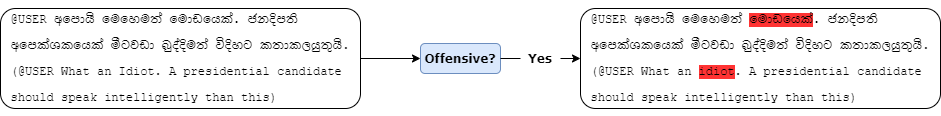
Sinhala-NLP/SOLD keeps this draw.io diagram as images/SOLD_Annotation.png. Above is the earlier version. Source tidied: cells renumbered, new cells last; positions are measured from the earlier drawing's top-left corner, leaving out a move shared by most shapes. The source it was exported from:
```xml
<mxGraphModel>
  <root>
    <mxCell id="0" />
    <mxCell id="1" parent="0" />
    <mxCell id="2" value="&lt;pre style=&quot;overflow-wrap: break-word&quot;&gt;&lt;br&gt;&lt;/pre&gt;" style="rounded=1;whiteSpace=wrap;html=1;align=left;" parent="1" vertex="1">
      <mxGeometry width="360" height="100" as="geometry" />
    </mxCell>
    <mxCell id="3" value="&lt;pre style=&quot;text-align: left ; overflow-wrap: break-word&quot;&gt;@USER අපොයි මෙහෙමත් මොඩයෙක්. ජනදිපති &lt;/pre&gt;&lt;pre style=&quot;text-align: left ; overflow-wrap: break-word&quot;&gt;අපෙක්ශකයෙක් මීටවඩා බුද්දිමත් විදිහට කතාකලයුතුයි.&lt;/pre&gt;&lt;pre style=&quot;text-align: left ; overflow-wrap: break-word&quot;&gt;(@USER What an Idiot. A presidential candidate &lt;/pre&gt;&lt;pre style=&quot;text-align: left ; overflow-wrap: break-word&quot;&gt;should speak intelligently than this)&lt;/pre&gt;" style="text;html=1;strokeColor=none;fillColor=none;align=center;verticalAlign=middle;whiteSpace=wrap;rounded=0;" parent="1" vertex="1">
      <mxGeometry x="160" y="40" width="40" height="20" as="geometry" />
    </mxCell>
    <mxCell id="4" style="endArrow=classic;html=1;exitX=1;exitY=0.5;exitDx=0;exitDy=0;" parent="1" edge="1" source="2">
      <mxGeometry relative="1" as="geometry">
        <mxPoint x="420" y="50" as="targetPoint" />
      </mxGeometry>
    </mxCell>
    <mxCell id="5" value="&lt;font face=&quot;Verdana&quot;&gt;&lt;b&gt;Offensive?&lt;/b&gt;&lt;/font&gt;" style="rounded=1;whiteSpace=wrap;html=1;fillColor=#dae8fc;strokeColor=#6c8ebf;" parent="1" vertex="1">
      <mxGeometry x="420" y="35" width="80" height="30" as="geometry" />
    </mxCell>
    <mxCell id="6" value="&lt;pre style=&quot;overflow-wrap: break-word&quot;&gt;&lt;br&gt;&lt;/pre&gt;" style="rounded=1;whiteSpace=wrap;html=1;align=left;" parent="1" vertex="1">
      <mxGeometry x="580" width="360" height="100" as="geometry" />
    </mxCell>
    <mxCell id="7" value="&lt;pre style=&quot;text-align: left ; overflow-wrap: break-word&quot;&gt;@USER අපොයි මෙහෙමත් &lt;span style=&quot;background-color: rgb(255 , 51 , 51)&quot;&gt;මොඩයෙක්&lt;/span&gt;. ජනදිපති &lt;/pre&gt;&lt;pre style=&quot;text-align: left ; overflow-wrap: break-word&quot;&gt;අපෙක්ශකයෙක් මීටවඩා බුද්දිමත් විදිහට කතාකලයුතුයි.&lt;/pre&gt;&lt;pre style=&quot;text-align: left ; overflow-wrap: break-word&quot;&gt;(@USER What an &lt;span style=&quot;background-color: rgb(255 , 51 , 51)&quot;&gt;idiot&lt;/span&gt;. A presidential candidate &lt;/pre&gt;&lt;pre style=&quot;text-align: left ; overflow-wrap: break-word&quot;&gt;should speak intelligently than this)&lt;/pre&gt;" style="text;html=1;strokeColor=none;fillColor=none;align=center;verticalAlign=middle;whiteSpace=wrap;rounded=0;" parent="1" vertex="1">
      <mxGeometry x="740" y="40" width="40" height="20" as="geometry" />
    </mxCell>
    <mxCell id="8" value="&lt;font face=&quot;Verdana&quot;&gt;&lt;b&gt;Yes&lt;/b&gt;&lt;/font&gt;" style="text;html=1;strokeColor=none;fillColor=none;align=center;verticalAlign=middle;whiteSpace=wrap;rounded=0;" parent="1" vertex="1">
      <mxGeometry x="520" y="40" width="40" height="20" as="geometry" />
    </mxCell>
    <mxCell id="9" style="endArrow=none;html=1;exitX=1;exitY=0.5;exitDx=0;exitDy=0;entryX=0;entryY=0.5;entryDx=0;entryDy=0;" parent="1" edge="1" source="5" target="8">
      <mxGeometry relative="1" as="geometry" />
    </mxCell>
    <mxCell id="10" style="endArrow=classic;html=1;exitX=1;exitY=0.5;exitDx=0;exitDy=0;entryX=0;entryY=0.5;entryDx=0;entryDy=0;" parent="1" edge="1" source="8" target="6">
      <mxGeometry relative="1" as="geometry" />
    </mxCell>
  </root>
</mxGraphModel>
```
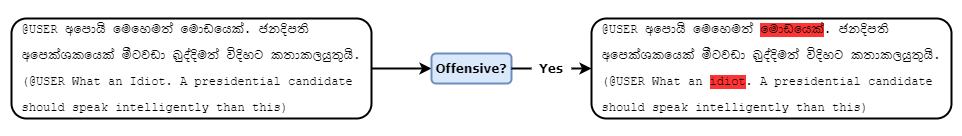
After the commit.

Change to the diagram source:
```diff
@@ -2,33 +2,33 @@
   <root>
     <mxCell id="0" />
     <mxCell id="1" parent="0" />
-    <mxCell id="2" value="&lt;pre style=&quot;overflow-wrap: break-word&quot;&gt;&lt;br&gt;&lt;/pre&gt;" style="rounded=1;whiteSpace=wrap;html=1;align=left;" parent="1" vertex="1">
+    <mxCell id="2" value="&lt;pre style=&quot;overflow-wrap: break-word&quot;&gt;&lt;br&gt;&lt;/pre&gt;" style="rounded=1;whiteSpace=wrap;html=1;align=left;strokeWidth=2;" parent="1" vertex="1">
       <mxGeometry width="360" height="100" as="geometry" />
     </mxCell>
-    <mxCell id="3" value="&lt;pre style=&quot;text-align: left ; overflow-wrap: break-word&quot;&gt;@USER අපොයි මෙහෙමත් මොඩයෙක්. ජනදිපති &lt;/pre&gt;&lt;pre style=&quot;text-align: left ; overflow-wrap: break-word&quot;&gt;අපෙක්ශකයෙක් මීටවඩා බුද්දිමත් විදිහට කතාකලයුතුයි.&lt;/pre&gt;&lt;pre style=&quot;text-align: left ; overflow-wrap: break-word&quot;&gt;(@USER What an Idiot. A presidential candidate &lt;/pre&gt;&lt;pre style=&quot;text-align: left ; overflow-wrap: break-word&quot;&gt;should speak intelligently than this)&lt;/pre&gt;" style="text;html=1;strokeColor=none;fillColor=none;align=center;verticalAlign=middle;whiteSpace=wrap;rounded=0;" parent="1" vertex="1">
+    <mxCell id="3" value="&lt;pre style=&quot;text-align: left ; overflow-wrap: break-word&quot;&gt;@USER අපොයි මෙහෙමත් මොඩයෙක්. ජනදිපති &lt;/pre&gt;&lt;pre style=&quot;text-align: left ; overflow-wrap: break-word&quot;&gt;අපෙක්ශකයෙක් මීටවඩා බුද්දිමත් විදිහට කතාකලයුතුයි.&lt;/pre&gt;&lt;pre style=&quot;text-align: left ; overflow-wrap: break-word&quot;&gt;(@USER What an Idiot. A presidential candidate &lt;/pre&gt;&lt;pre style=&quot;text-align: left ; overflow-wrap: break-word&quot;&gt;should speak intelligently than this)&lt;/pre&gt;" style="text;html=1;strokeColor=none;fillColor=none;align=center;verticalAlign=middle;whiteSpace=wrap;rounded=0;strokeWidth=2;" parent="1" vertex="1">
       <mxGeometry x="160" y="40" width="40" height="20" as="geometry" />
     </mxCell>
-    <mxCell id="4" style="endArrow=classic;html=1;exitX=1;exitY=0.5;exitDx=0;exitDy=0;" parent="1" edge="1" source="2">
+    <mxCell id="4" style="endArrow=classic;html=1;exitX=1;exitY=0.5;exitDx=0;exitDy=0;strokeWidth=2;" parent="1" edge="1" source="2">
       <mxGeometry relative="1" as="geometry">
         <mxPoint x="420" y="50" as="targetPoint" />
       </mxGeometry>
     </mxCell>
-    <mxCell id="5" value="&lt;font face=&quot;Verdana&quot;&gt;&lt;b&gt;Offensive?&lt;/b&gt;&lt;/font&gt;" style="rounded=1;whiteSpace=wrap;html=1;fillColor=#dae8fc;strokeColor=#6c8ebf;" parent="1" vertex="1">
+    <mxCell id="5" value="&lt;font face=&quot;Verdana&quot;&gt;&lt;b&gt;Offensive?&lt;/b&gt;&lt;/font&gt;" style="rounded=1;whiteSpace=wrap;html=1;fillColor=#dae8fc;strokeColor=#6c8ebf;strokeWidth=2;" parent="1" vertex="1">
       <mxGeometry x="420" y="35" width="80" height="30" as="geometry" />
     </mxCell>
-    <mxCell id="6" value="&lt;pre style=&quot;overflow-wrap: break-word&quot;&gt;&lt;br&gt;&lt;/pre&gt;" style="rounded=1;whiteSpace=wrap;html=1;align=left;" parent="1" vertex="1">
+    <mxCell id="6" value="&lt;pre style=&quot;overflow-wrap: break-word&quot;&gt;&lt;br&gt;&lt;/pre&gt;" style="rounded=1;whiteSpace=wrap;html=1;align=left;strokeWidth=2;" parent="1" vertex="1">
       <mxGeometry x="580" width="360" height="100" as="geometry" />
     </mxCell>
-    <mxCell id="7" value="&lt;pre style=&quot;text-align: left ; overflow-wrap: break-word&quot;&gt;@USER අපොයි මෙහෙමත් &lt;span style=&quot;background-color: rgb(255 , 51 , 51)&quot;&gt;මොඩයෙක්&lt;/span&gt;. ජනදිපති &lt;/pre&gt;&lt;pre style=&quot;text-align: left ; overflow-wrap: break-word&quot;&gt;අපෙක්ශකයෙක් මීටවඩා බුද්දිමත් විදිහට කතාකලයුතුයි.&lt;/pre&gt;&lt;pre style=&quot;text-align: left ; overflow-wrap: break-word&quot;&gt;(@USER What an &lt;span style=&quot;background-color: rgb(255 , 51 , 51)&quot;&gt;idiot&lt;/span&gt;. A presidential candidate &lt;/pre&gt;&lt;pre style=&quot;text-align: left ; overflow-wrap: break-word&quot;&gt;should speak intelligently than this)&lt;/pre&gt;" style="text;html=1;strokeColor=none;fillColor=none;align=center;verticalAlign=middle;whiteSpace=wrap;rounded=0;" parent="1" vertex="1">
+    <mxCell id="7" value="&lt;pre style=&quot;text-align: left ; overflow-wrap: break-word&quot;&gt;@USER අපොයි මෙහෙමත් &lt;span style=&quot;background-color: rgb(255 , 51 , 51)&quot;&gt;මොඩයෙක්&lt;/span&gt;. ජනදිපති &lt;/pre&gt;&lt;pre style=&quot;text-align: left ; overflow-wrap: break-word&quot;&gt;අපෙක්ශකයෙක් මීටවඩා බුද්දිමත් විදිහට කතාකලයුතුයි.&lt;/pre&gt;&lt;pre style=&quot;text-align: left ; overflow-wrap: break-word&quot;&gt;(@USER What an &lt;span style=&quot;background-color: rgb(255 , 51 , 51)&quot;&gt;idiot&lt;/span&gt;. A presidential candidate &lt;/pre&gt;&lt;pre style=&quot;text-align: left ; overflow-wrap: break-word&quot;&gt;should speak intelligently than this)&lt;/pre&gt;" style="text;html=1;strokeColor=none;fillColor=none;align=center;verticalAlign=middle;whiteSpace=wrap;rounded=0;strokeWidth=2;" parent="1" vertex="1">
       <mxGeometry x="740" y="40" width="40" height="20" as="geometry" />
     </mxCell>
-    <mxCell id="8" value="&lt;font face=&quot;Verdana&quot;&gt;&lt;b&gt;Yes&lt;/b&gt;&lt;/font&gt;" style="text;html=1;strokeColor=none;fillColor=none;align=center;verticalAlign=middle;whiteSpace=wrap;rounded=0;" parent="1" vertex="1">
+    <mxCell id="8" value="&lt;font face=&quot;Verdana&quot;&gt;&lt;b&gt;Yes&lt;/b&gt;&lt;/font&gt;" style="text;html=1;strokeColor=none;fillColor=none;align=center;verticalAlign=middle;whiteSpace=wrap;rounded=0;strokeWidth=2;" parent="1" vertex="1">
       <mxGeometry x="520" y="40" width="40" height="20" as="geometry" />
     </mxCell>
-    <mxCell id="9" style="endArrow=none;html=1;exitX=1;exitY=0.5;exitDx=0;exitDy=0;entryX=0;entryY=0.5;entryDx=0;entryDy=0;" parent="1" edge="1" source="5" target="8">
+    <mxCell id="9" style="endArrow=none;html=1;exitX=1;exitY=0.5;exitDx=0;exitDy=0;entryX=0;entryY=0.5;entryDx=0;entryDy=0;strokeWidth=2;" parent="1" edge="1" source="5" target="8">
       <mxGeometry relative="1" as="geometry" />
     </mxCell>
-    <mxCell id="10" style="endArrow=classic;html=1;exitX=1;exitY=0.5;exitDx=0;exitDy=0;entryX=0;entryY=0.5;entryDx=0;entryDy=0;" parent="1" edge="1" source="8" target="6">
+    <mxCell id="10" style="endArrow=classic;html=1;exitX=1;exitY=0.5;exitDx=0;exitDy=0;entryX=0;entryY=0.5;entryDx=0;entryDy=0;strokeWidth=2;" parent="1" edge="1" source="8" target="6">
       <mxGeometry relative="1" as="geometry" />
     </mxCell>
   </root>
```
